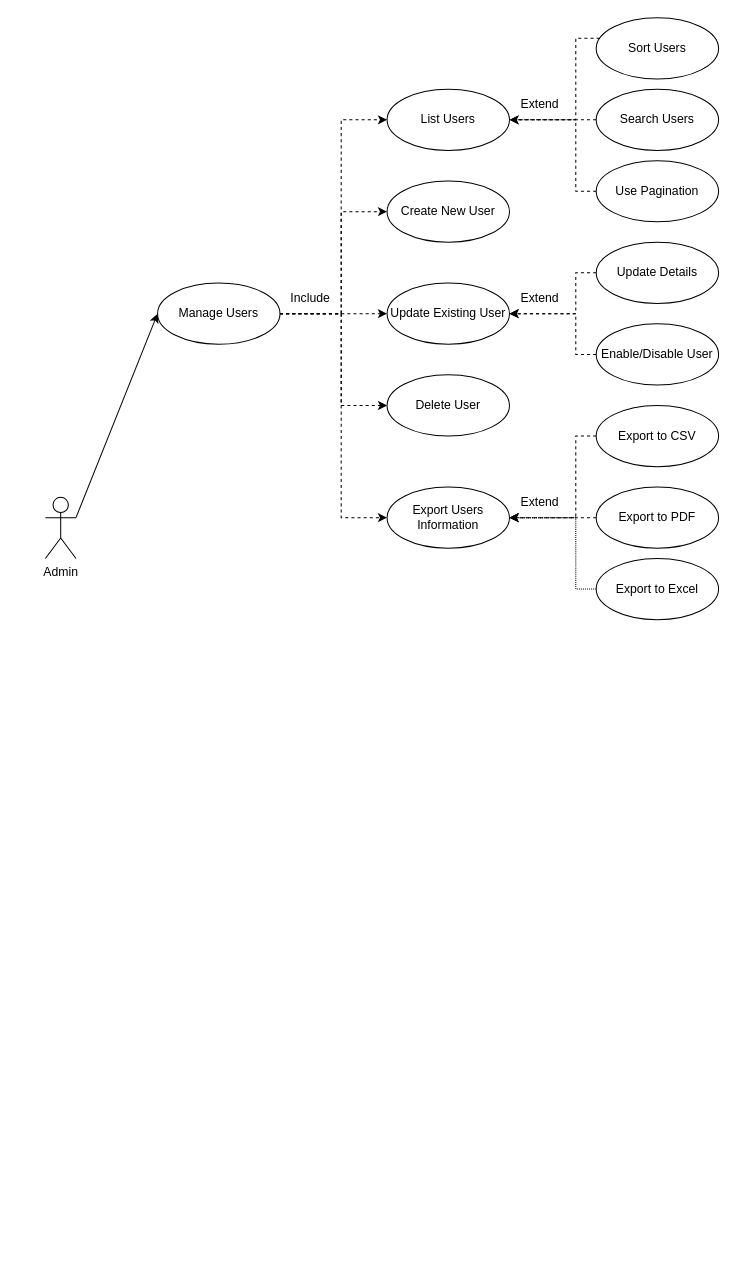
Above: page "Admin" (2 of 3) of 03-Solution Design/02-Use Case, Classes, Database/Use Case.drawio in Chufeng-Jiang/Java_SpringBoot_DubaiShop_E-Commerce (draw.io), before the change. Source tidied: cells renumbered, new cells numbered last; positions are measured from the earlier drawing's top-left corner, leaving out a move shared by most shapes. Both pictures are drawn from the tidied source at 102%, with x=0, y=0 at pixel (45, 17).
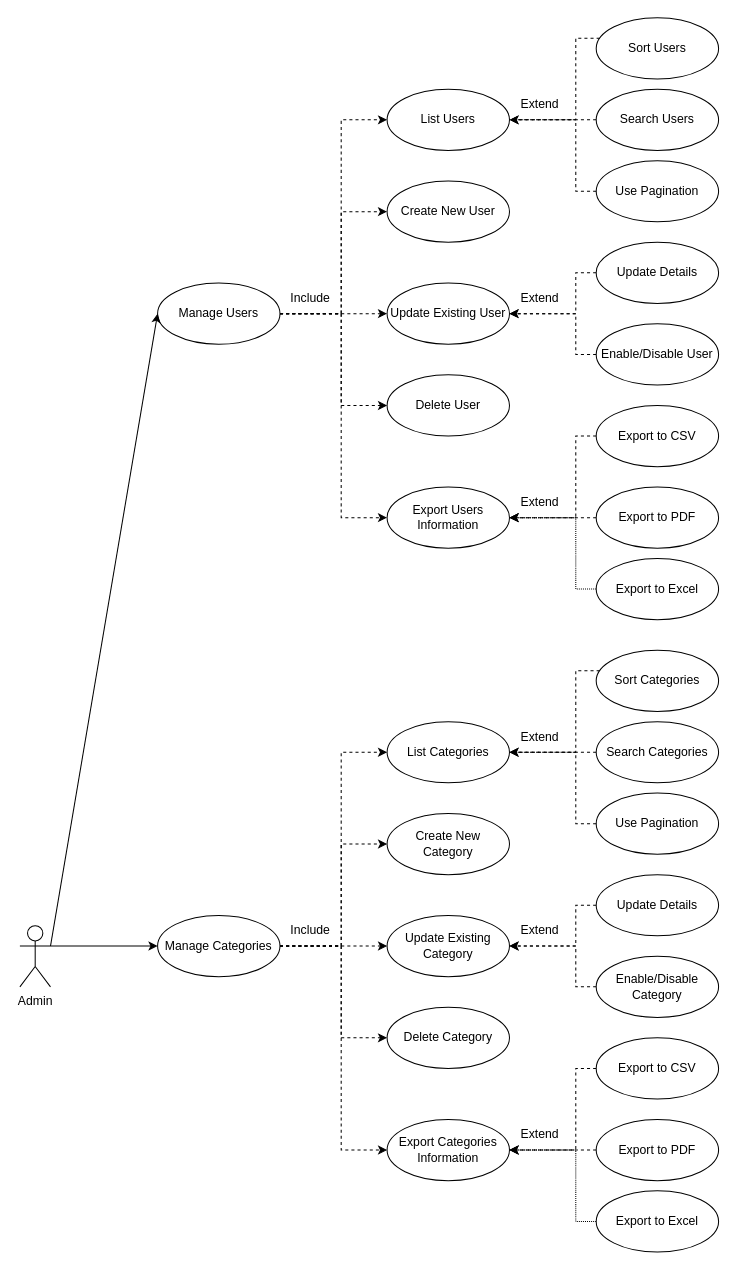
The same diagram, later.

The edit, as a diff of the source:
```diff
@@
+    <mxCell id="35" style="edgeStyle=orthogonalEdgeStyle;rounded=0;jettySize=auto;html=1;entryX=0;entryY=0.5;entryDx=0;entryDy=0;" parent="1" edge="1" source="2" target="41">
+      <mxGeometry relative="1" as="geometry">
+        <Array as="points">
+          <mxPoint x="30" y="910" />
+          <mxPoint x="30" y="910" />
+        </Array>
+      </mxGeometry>
+    </mxCell>
     <mxCell id="2" value="Admin" style="shape=umlActor;html=1;verticalLabelPosition=bottom;verticalAlign=top;align=center;" parent="1" vertex="1">
-      <mxGeometry y="470" width="30" height="60" as="geometry" />
+      <mxGeometry x="-25" y="890" width="30" height="60" as="geometry" />
     </mxCell>
@@
+    <mxCell id="36" style="edgeStyle=orthogonalEdgeStyle;rounded=0;jettySize=auto;html=1;entryX=0;entryY=0.5;entryDx=0;entryDy=0;dashed=1;" parent="1" edge="1" source="41" target="43">
+      <mxGeometry relative="1" as="geometry">
+        <Array as="points">
+          <mxPoint x="290" y="910" />
+          <mxPoint x="290" y="720" />
+        </Array>
+      </mxGeometry>
+    </mxCell>
+    <mxCell id="37" style="edgeStyle=orthogonalEdgeStyle;rounded=0;jettySize=auto;html=1;entryX=0;entryY=0.5;entryDx=0;entryDy=0;dashed=1;" parent="1" edge="1" source="41" target="49">
+      <mxGeometry relative="1" as="geometry">
+        <Array as="points">
+          <mxPoint x="290" y="910" />
+          <mxPoint x="290" y="810" />
+        </Array>
+      </mxGeometry>
+    </mxCell>
+    <mxCell id="38" style="edgeStyle=orthogonalEdgeStyle;rounded=0;jettySize=auto;html=1;entryX=0;entryY=0.5;entryDx=0;entryDy=0;dashed=1;" parent="1" edge="1" source="41" target="50">
+      <mxGeometry relative="1" as="geometry" />
+    </mxCell>
+    <mxCell id="39" style="edgeStyle=orthogonalEdgeStyle;rounded=0;jettySize=auto;html=1;entryX=0;entryY=0.5;entryDx=0;entryDy=0;dashed=1;" parent="1" edge="1" source="41" target="42">
+      <mxGeometry relative="1" as="geometry">
+        <Array as="points">
+          <mxPoint x="290" y="910" />
+          <mxPoint x="290" y="1000" />
+        </Array>
+      </mxGeometry>
+    </mxCell>
+    <mxCell id="40" style="edgeStyle=orthogonalEdgeStyle;rounded=0;jettySize=auto;html=1;entryX=0;entryY=0.5;entryDx=0;entryDy=0;dashed=1;" parent="1" edge="1" source="41" target="55">
+      <mxGeometry relative="1" as="geometry">
+        <Array as="points">
+          <mxPoint x="290" y="910" />
+          <mxPoint x="290" y="1110" />
+        </Array>
+      </mxGeometry>
+    </mxCell>
+    <mxCell id="41" value="Manage Categories" style="shape=ellipse;html=1;strokeWidth=1;fontStyle=0;whiteSpace=wrap;align=center;perimeter=ellipsePerimeter;" parent="1" vertex="1">
+      <mxGeometry x="110" y="880" width="120" height="60" as="geometry" />
+    </mxCell>
+    <mxCell id="42" value="&lt;div&gt;Delete Category&lt;/div&gt;" style="shape=ellipse;html=1;strokeWidth=1;fontStyle=0;whiteSpace=wrap;align=center;perimeter=ellipsePerimeter;" parent="1" vertex="1">
+      <mxGeometry x="335" y="970" width="120" height="60" as="geometry" />
+    </mxCell>
+    <mxCell id="43" value="&lt;div&gt;List Categories&lt;/div&gt;" style="shape=ellipse;html=1;strokeWidth=1;fontStyle=0;whiteSpace=wrap;align=center;perimeter=ellipsePerimeter;" parent="1" vertex="1">
+      <mxGeometry x="335" y="690" width="120" height="60" as="geometry" />
+    </mxCell>
+    <mxCell id="44" style="edgeStyle=orthogonalEdgeStyle;rounded=0;jettySize=auto;html=1;entryX=1;entryY=0.5;entryDx=0;entryDy=0;dashed=1;" parent="1" edge="1" source="45" target="43">
+      <mxGeometry relative="1" as="geometry">
+        <Array as="points">
+          <mxPoint x="520" y="640" />
+          <mxPoint x="520" y="720" />
+        </Array>
+      </mxGeometry>
+    </mxCell>
+    <mxCell id="45" value="&lt;div&gt;Sort Categories&lt;/div&gt;" style="shape=ellipse;html=1;strokeWidth=1;fontStyle=0;whiteSpace=wrap;align=center;perimeter=ellipsePerimeter;" parent="1" vertex="1">
+      <mxGeometry x="540" y="620" width="120" height="60" as="geometry" />
+    </mxCell>
+    <mxCell id="46" style="edgeStyle=orthogonalEdgeStyle;rounded=0;jettySize=auto;html=1;entryX=1;entryY=0.5;entryDx=0;entryDy=0;dashed=1;" parent="1" edge="1" source="47" target="43">
+      <mxGeometry relative="1" as="geometry" />
+    </mxCell>
+    <mxCell id="47" value="&lt;div&gt;Search Categories&lt;/div&gt;" style="shape=ellipse;html=1;strokeWidth=1;fontStyle=0;whiteSpace=wrap;align=center;perimeter=ellipsePerimeter;" parent="1" vertex="1">
+      <mxGeometry x="540" y="690" width="120" height="60" as="geometry" />
+    </mxCell>
+    <mxCell id="48" value="Use Pagination" style="shape=ellipse;html=1;strokeWidth=1;fontStyle=0;whiteSpace=wrap;align=center;perimeter=ellipsePerimeter;" parent="1" vertex="1">
+      <mxGeometry x="540" y="760" width="120" height="60" as="geometry" />
+    </mxCell>
+    <mxCell id="49" value="&lt;div&gt;Create New &lt;br&gt;&lt;/div&gt;&lt;div&gt;Category&lt;/div&gt;" style="shape=ellipse;html=1;strokeWidth=1;fontStyle=0;whiteSpace=wrap;align=center;perimeter=ellipsePerimeter;" parent="1" vertex="1">
+      <mxGeometry x="335" y="780" width="120" height="60" as="geometry" />
+    </mxCell>
+    <mxCell id="50" value="&lt;div&gt;Update Existing Category&lt;/div&gt;" style="shape=ellipse;html=1;strokeWidth=1;fontStyle=0;whiteSpace=wrap;align=center;perimeter=ellipsePerimeter;" parent="1" vertex="1">
+      <mxGeometry x="335" y="880" width="120" height="60" as="geometry" />
+    </mxCell>
+    <mxCell id="51" style="edgeStyle=orthogonalEdgeStyle;rounded=0;jettySize=auto;html=1;entryX=1;entryY=0.5;entryDx=0;entryDy=0;dashed=1;" parent="1" edge="1" source="52" target="50">
+      <mxGeometry relative="1" as="geometry">
+        <Array as="points">
+          <mxPoint x="520" y="870" />
+          <mxPoint x="520" y="910" />
+        </Array>
+      </mxGeometry>
+    </mxCell>
+    <mxCell id="52" value="Update Details" style="shape=ellipse;html=1;strokeWidth=1;fontStyle=0;whiteSpace=wrap;align=center;perimeter=ellipsePerimeter;" parent="1" vertex="1">
+      <mxGeometry x="540" y="840" width="120" height="60" as="geometry" />
+    </mxCell>
+    <mxCell id="53" style="edgeStyle=orthogonalEdgeStyle;rounded=0;jettySize=auto;html=1;entryX=1;entryY=0.5;entryDx=0;entryDy=0;dashed=1;" parent="1" edge="1" source="54" target="50">
+      <mxGeometry relative="1" as="geometry">
+        <Array as="points">
+          <mxPoint x="520" y="950" />
+          <mxPoint x="520" y="910" />
+        </Array>
+      </mxGeometry>
+    </mxCell>
+    <mxCell id="54" value="Enable/Disable Category" style="shape=ellipse;html=1;strokeWidth=1;fontStyle=0;whiteSpace=wrap;align=center;perimeter=ellipsePerimeter;" parent="1" vertex="1">
+      <mxGeometry x="540" y="920" width="120" height="60" as="geometry" />
+    </mxCell>
+    <mxCell id="55" value="Export Categories Information" style="shape=ellipse;html=1;strokeWidth=1;fontStyle=0;whiteSpace=wrap;align=center;perimeter=ellipsePerimeter;" parent="1" vertex="1">
+      <mxGeometry x="335" y="1080" width="120" height="60" as="geometry" />
+    </mxCell>
+    <mxCell id="56" style="edgeStyle=orthogonalEdgeStyle;rounded=0;jettySize=auto;html=1;entryX=1;entryY=0.5;entryDx=0;entryDy=0;dashed=1;" parent="1" edge="1" source="57" target="55">
+      <mxGeometry relative="1" as="geometry">
+        <Array as="points">
+          <mxPoint x="520" y="1030" />
+          <mxPoint x="520" y="1110" />
+        </Array>
+      </mxGeometry>
+    </mxCell>
+    <mxCell id="57" value="Export to CSV" style="shape=ellipse;html=1;strokeWidth=1;fontStyle=0;whiteSpace=wrap;align=center;perimeter=ellipsePerimeter;" parent="1" vertex="1">
+      <mxGeometry x="540" y="1000" width="120" height="60" as="geometry" />
+    </mxCell>
+    <mxCell id="58" style="edgeStyle=orthogonalEdgeStyle;rounded=0;jettySize=auto;html=1;entryX=1;entryY=0.5;entryDx=0;entryDy=0;dashed=1;" parent="1" edge="1" source="59" target="55">
+      <mxGeometry relative="1" as="geometry">
+        <Array as="points">
+          <mxPoint x="490" y="1110" />
+          <mxPoint x="490" y="1110" />
+        </Array>
+      </mxGeometry>
+    </mxCell>
+    <mxCell id="59" value="Export to PDF" style="shape=ellipse;html=1;strokeWidth=1;fontStyle=0;whiteSpace=wrap;align=center;perimeter=ellipsePerimeter;" parent="1" vertex="1">
+      <mxGeometry x="540" y="1080" width="120" height="60" as="geometry" />
+    </mxCell>
+    <mxCell id="60" style="edgeStyle=orthogonalEdgeStyle;rounded=0;jettySize=auto;html=1;entryX=1;entryY=0.5;entryDx=0;entryDy=0;dashed=1;dashPattern=1 1;" parent="1" edge="1" source="61" target="55">
+      <mxGeometry relative="1" as="geometry">
+        <Array as="points">
+          <mxPoint x="520" y="1180" />
+          <mxPoint x="520" y="1110" />
+        </Array>
+      </mxGeometry>
+    </mxCell>
+    <mxCell id="61" value="Export to Excel" style="shape=ellipse;html=1;strokeWidth=1;fontStyle=0;whiteSpace=wrap;align=center;perimeter=ellipsePerimeter;" parent="1" vertex="1">
+      <mxGeometry x="540" y="1150" width="120" height="60" as="geometry" />
+    </mxCell>
+    <mxCell id="62" value="Include" style="text;html=1;strokeColor=none;fillColor=none;align=center;verticalAlign=middle;whiteSpace=wrap;rounded=0;" parent="1" vertex="1">
+      <mxGeometry x="230" y="880" width="60" height="30" as="geometry" />
+    </mxCell>
+    <mxCell id="63" value="Extend" style="text;html=1;strokeColor=none;fillColor=none;align=center;verticalAlign=middle;whiteSpace=wrap;rounded=0;" parent="1" vertex="1">
+      <mxGeometry x="455" y="690" width="60" height="30" as="geometry" />
+    </mxCell>
+    <mxCell id="64" style="edgeStyle=orthogonalEdgeStyle;rounded=0;jettySize=auto;html=1;dashed=1;endArrow=none;" parent="1" edge="1" source="48">
+      <mxGeometry relative="1" as="geometry">
+        <mxPoint x="460" y="720" as="targetPoint" />
+        <Array as="points">
+          <mxPoint x="520" y="790" />
+          <mxPoint x="520" y="720" />
+        </Array>
+      </mxGeometry>
+    </mxCell>
+    <mxCell id="65" value="Extend" style="text;html=1;strokeColor=none;fillColor=none;align=center;verticalAlign=middle;whiteSpace=wrap;rounded=0;" parent="1" vertex="1">
+      <mxGeometry x="455" y="880" width="60" height="30" as="geometry" />
+    </mxCell>
+    <mxCell id="66" value="Extend" style="text;html=1;strokeColor=none;fillColor=none;align=center;verticalAlign=middle;whiteSpace=wrap;rounded=0;" parent="1" vertex="1">
+      <mxGeometry x="455" y="1080" width="60" height="30" as="geometry" />
+    </mxCell>
```
